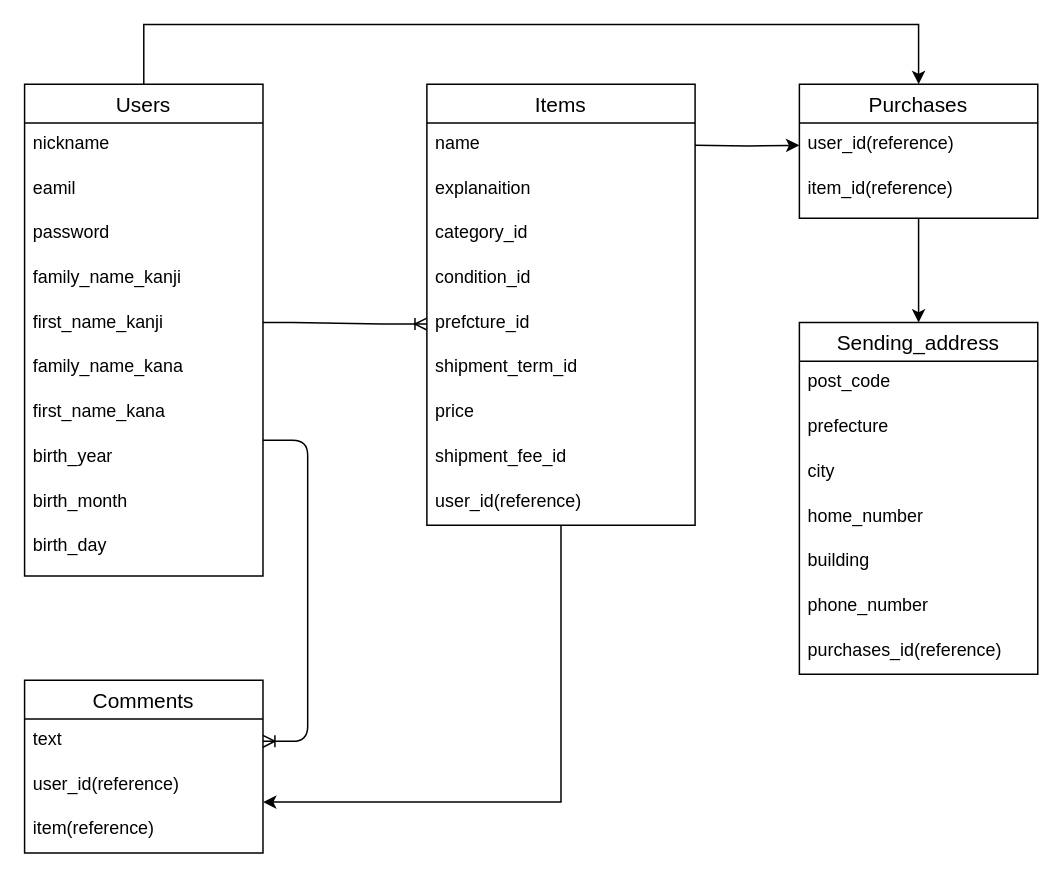
This is drawing.dio from tomoheko/furima-30496, a draw.io file, before an edit. Source tidied: cells renumbered, new cells numbered last; positions are measured from the earlier drawing's top-left corner, leaving out a move shared by most shapes. Both pictures are drawn from the tidied source at 149%, with x=0, y=0 at pixel (24, 24).
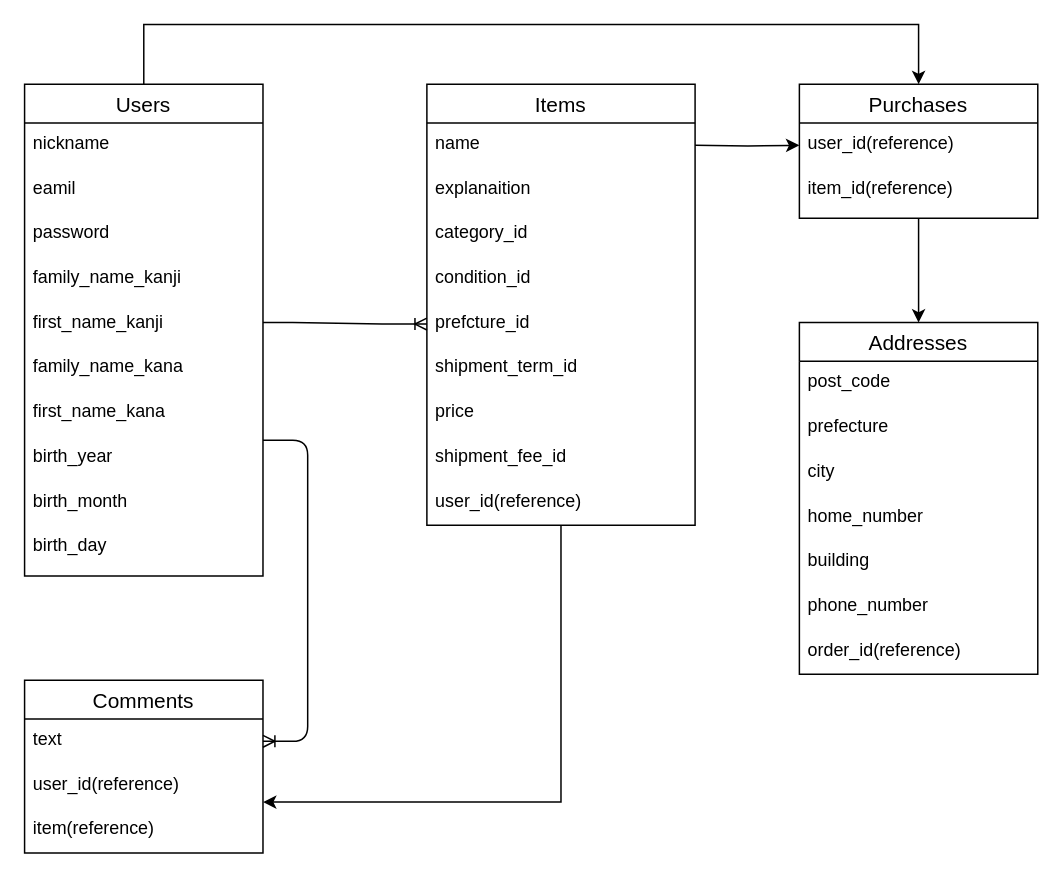
After the change.

What changed in the source:
```diff
@@
-    <mxCell id="36" value="Sending_address" style="swimlane;fontStyle=0;horizontal=1;startSize=26;align=center;fontSize=14;" parent="1" vertex="1">
+    <mxCell id="36" value="Addresses" style="swimlane;fontStyle=0;horizontal=1;startSize=26;align=center;fontSize=14;" parent="1" vertex="1">
       <mxGeometry x="520" y="200" width="160" height="236" as="geometry" />
     </mxCell>
@@
-    <mxCell id="43" value="purchases_id(reference)" style="text;strokeColor=none;fillColor=none;spacingLeft=4;spacingRight=4;overflow=hidden;fontSize=12;" parent="36" vertex="1">
+    <mxCell id="43" value="order_id(reference)" style="text;strokeColor=none;fillColor=none;spacingLeft=4;spacingRight=4;overflow=hidden;fontSize=12;" parent="36" vertex="1">
       <mxGeometry y="206" width="160" height="30" as="geometry" />
     </mxCell>
```
